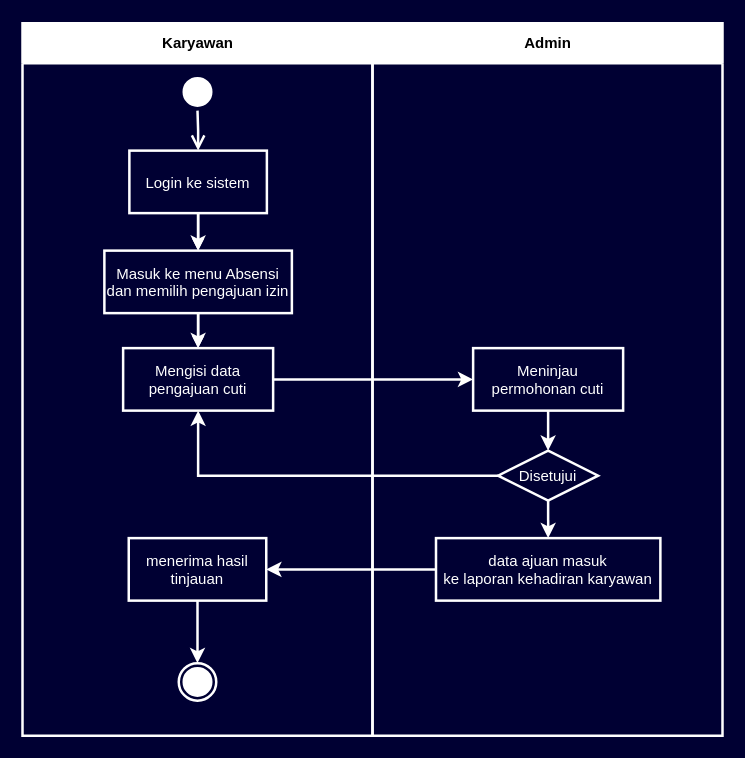
The draw.io diagram activity diagram absensi analis.drawio in k-barr/Diagram, before the edit. Source tidied: cells renumbered, new cells numbered last; positions are measured from the earlier drawing's top-left corner, leaving out a move shared by most shapes. Both pictures are drawn from the tidied source at 125%, with x=0, y=0 at pixel (21, 22).
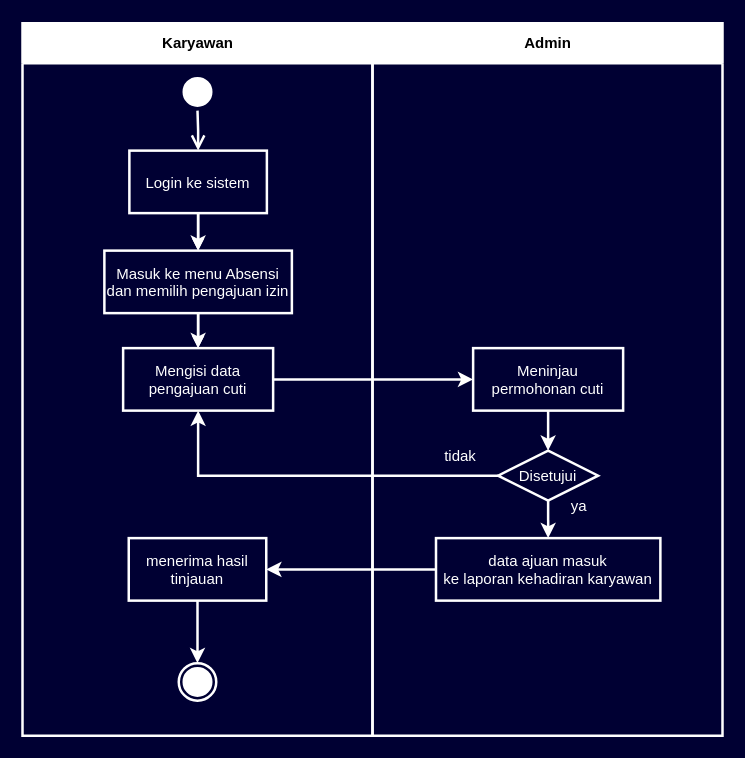
The same page after the edit.

Unchanged cells that the change refers to:
```xml
<mxCell id="15" value="Admin" style="swimlane;whiteSpace=wrap;strokeColor=#FFFFFF;startSize=32;strokeWidth=2;" parent="1" vertex="1">
  <mxGeometry x="280.5" width="280" height="570" as="geometry" />
</mxCell>
```

Diff of the diagram source:
```diff
@@
+    <mxCell id="24" value="&lt;font color=&quot;#ffffff&quot;&gt;ya&lt;/font&gt;" style="text;html=1;align=center;verticalAlign=middle;whiteSpace=wrap;rounded=0;" parent="15" vertex="1">
+      <mxGeometry x="135.5" y="372" width="60" height="30" as="geometry" />
+    </mxCell>
+    <mxCell id="25" value="&lt;font color=&quot;#ffffff&quot;&gt;tidak&lt;/font&gt;" style="text;html=1;align=center;verticalAlign=middle;whiteSpace=wrap;rounded=0;" parent="15" vertex="1">
+      <mxGeometry x="40.5" y="332" width="60" height="30" as="geometry" />
+    </mxCell>
```
